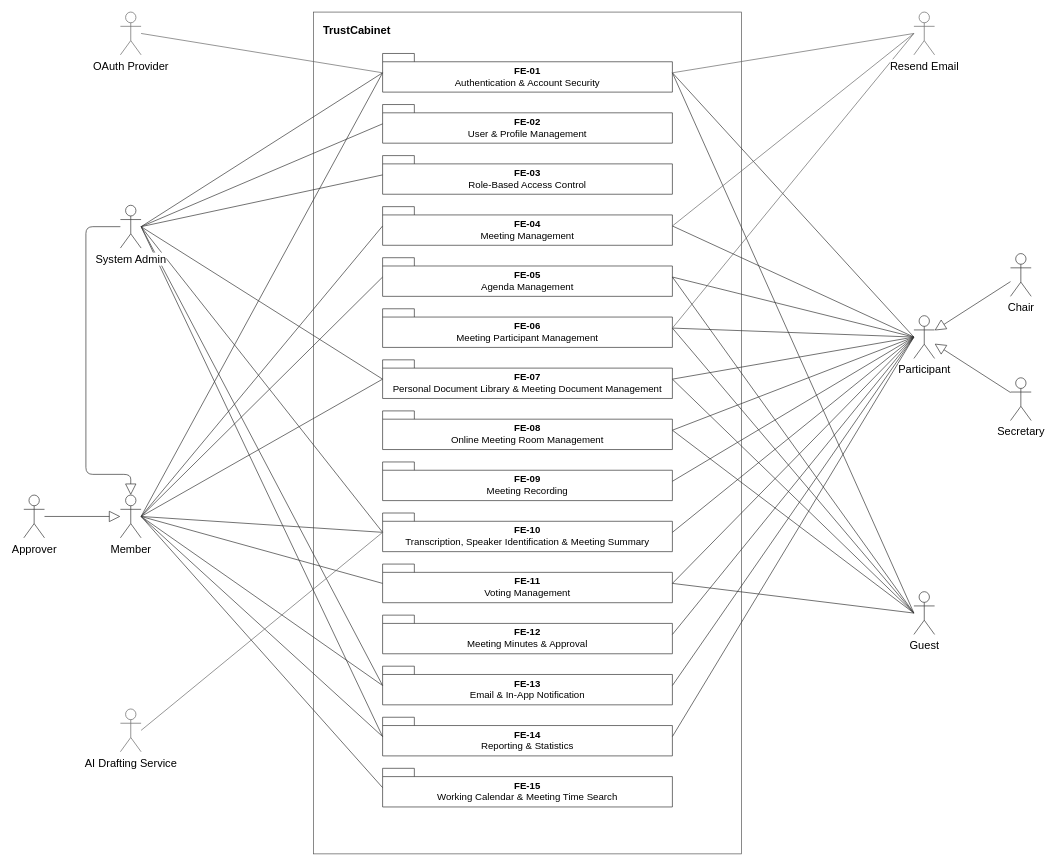
Earlier version of the draw.io diagram page "System Overview" (8 of 8) of docs/14-uc-diagram/trustcabinet-use-cases.drawio (callmehai/FU-FA26-G116). Source tidied: cells renumbered, new cells numbered last; positions are measured from the earlier drawing's top-left corner, leaving out a move shared by most shapes. Both pictures are drawn from the tidied source at 69%, with x=0, y=0 at pixel (23, 12).
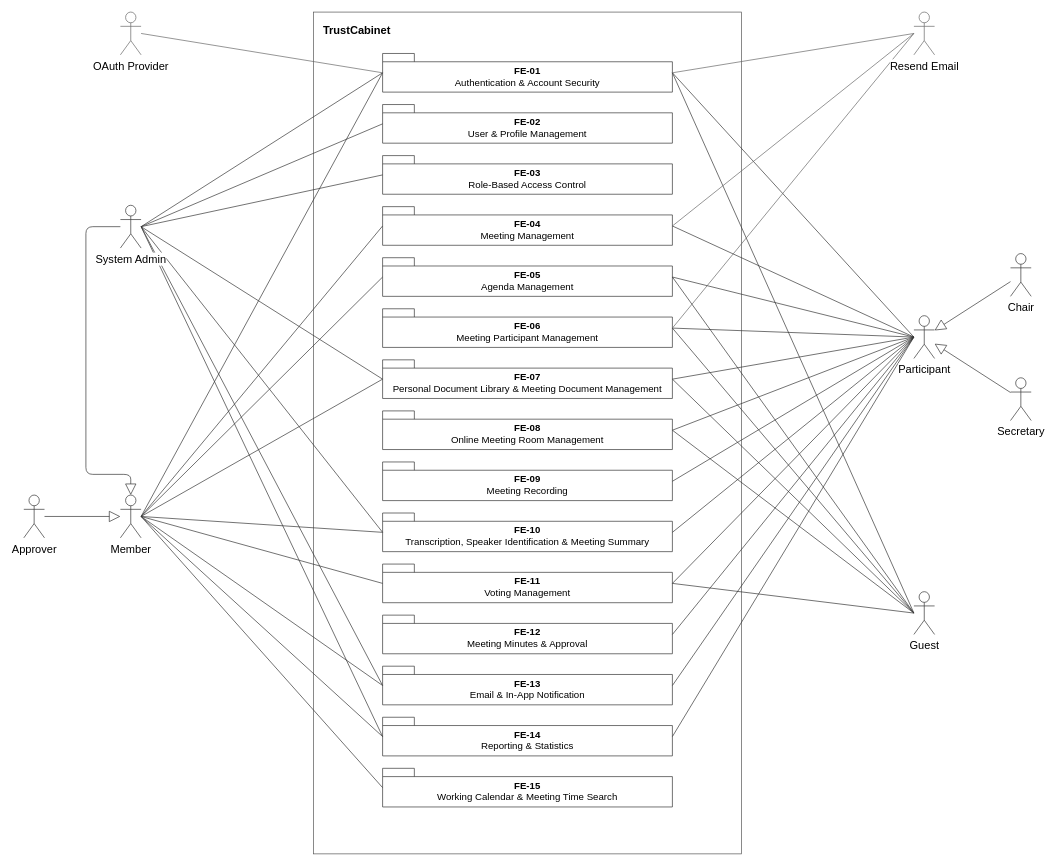
The same diagram, later.

The change refers to these unchanged cells:
```xml
<mxCell id="12" value="FE-10&lt;br&gt;&lt;span style=&quot;font-weight:normal&quot;&gt;Transcription, Speaker Identification &amp; Meeting Summary&lt;/span&gt;" style="shape=folder;fontStyle=1;spacingTop=10;tabWidth=46;tabHeight=12;tabPosition=left;html=1;whiteSpace=wrap;fontSize=14;strokeColor=#333333;fillColor=#ffffff;" parent="1" vertex="1">
  <mxGeometry x="520" y="726" width="420" height="56" as="geometry" />
</mxCell>
```

Change to the diagram source:
```diff
@@
-    <mxCell id="56" style="edgeStyle=none;strokeColor=#666666;html=1;strokeWidth=1;endArrow=none;startArrow=none;exitX=1;exitY=0.5;exitDx=0;exitDy=0;entryX=0;entryY=0.5;entryDx=0;entryDy=0;" parent="1" edge="1" source="65" target="12">
-      <mxGeometry relative="1" as="geometry" />
-    </mxCell>
@@
-    <mxCell id="65" value="AI Drafting Service" style="shape=umlActor;verticalLabelPosition=bottom;verticalAlign=top;html=1;outlineConnect=0;fillColor=#ffffff;strokeColor=#666666;fontSize=16;labelBackgroundColor=#ffffff;" parent="1" vertex="1">
-      <mxGeometry x="140" y="1010" width="30" height="62" as="geometry" />
-    </mxCell>
```
